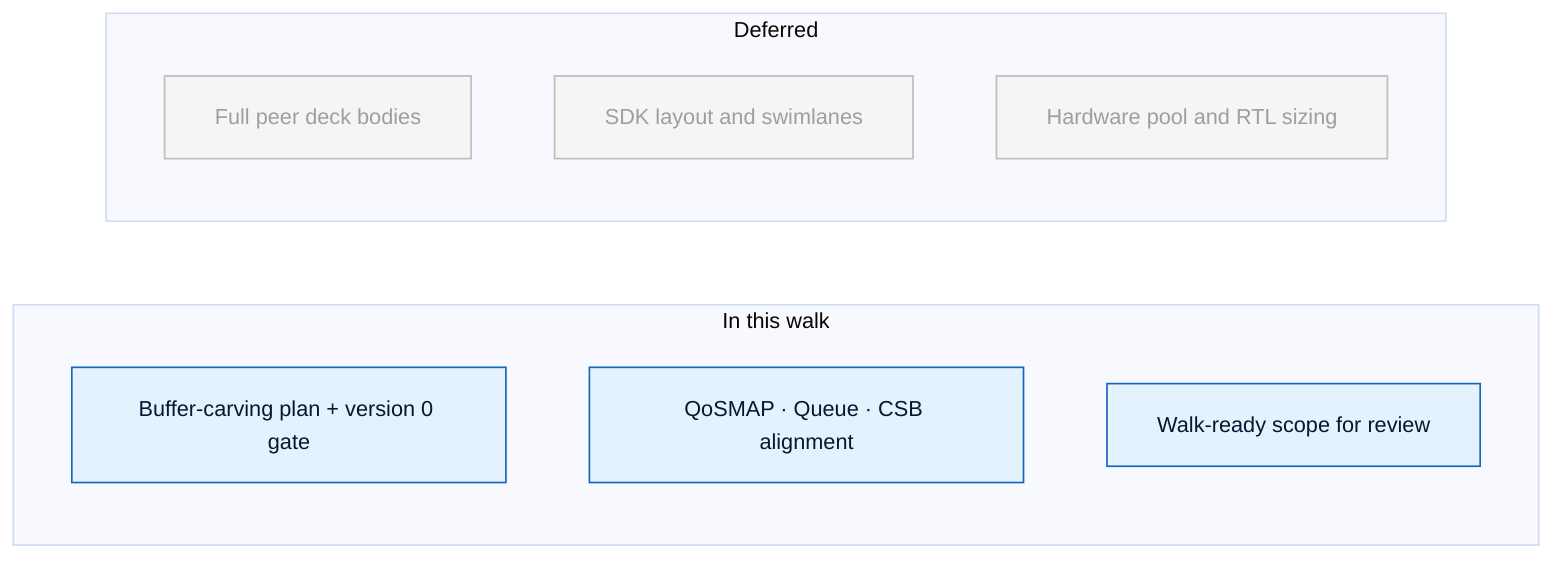
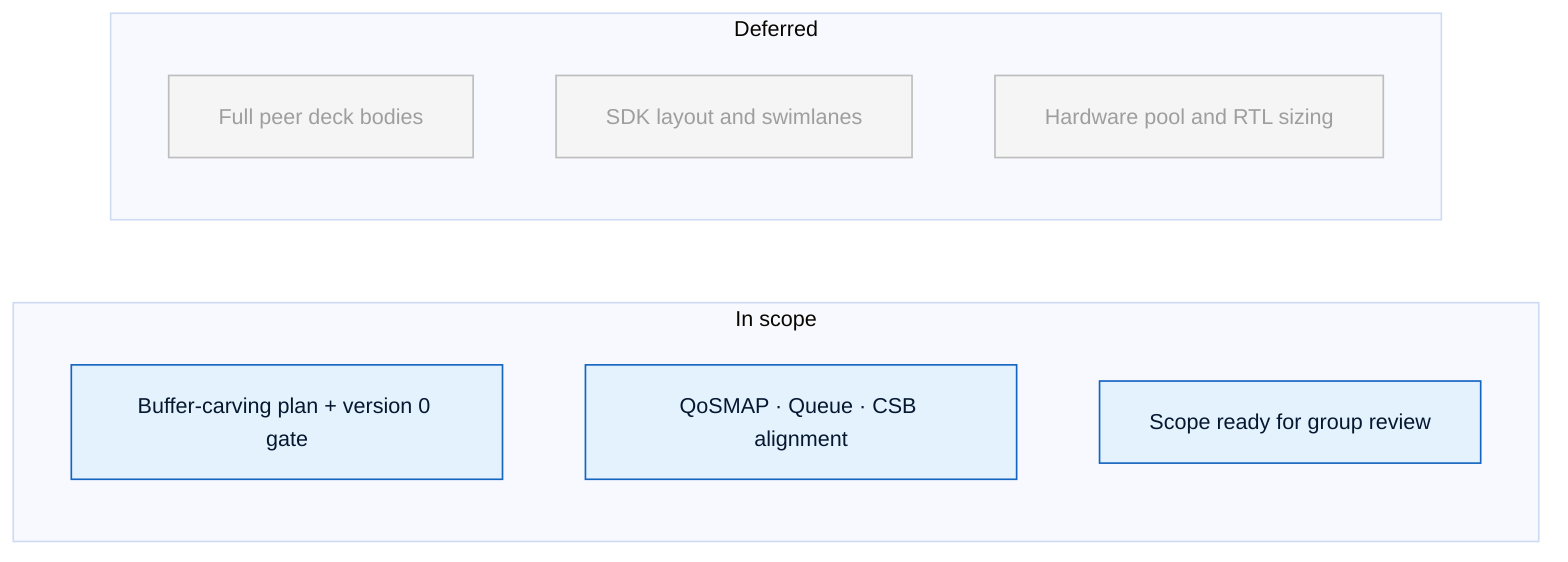
%%{init: {'theme': 'base', 'themeVariables': { 'fontSize': '13px'}}}%%
flowchart LR
-   subgraph IN["In this walk"]
+   subgraph IN["In scope"]
    I1["Buffer-carving plan + version 0 gate"]
    I2["QoSMAP · Queue · CSB alignment"]
-     I3["Walk-ready scope for review"]
+     I3["Scope ready for group review"]
  end
  subgraph OUT["Deferred"]
    O1["Full peer deck bodies"]
    O2["SDK layout and swimlanes"]
    O3["Hardware pool and RTL sizing"]
  end

  classDef program fill:#E3F2FD,stroke:#1565C0,color:#051830
  classDef muted fill:#F5F5F5,stroke:#BDBDBD,color:#9E9E9E

  class I1,I2,I3 program
  class O1,O2,O3 muted
